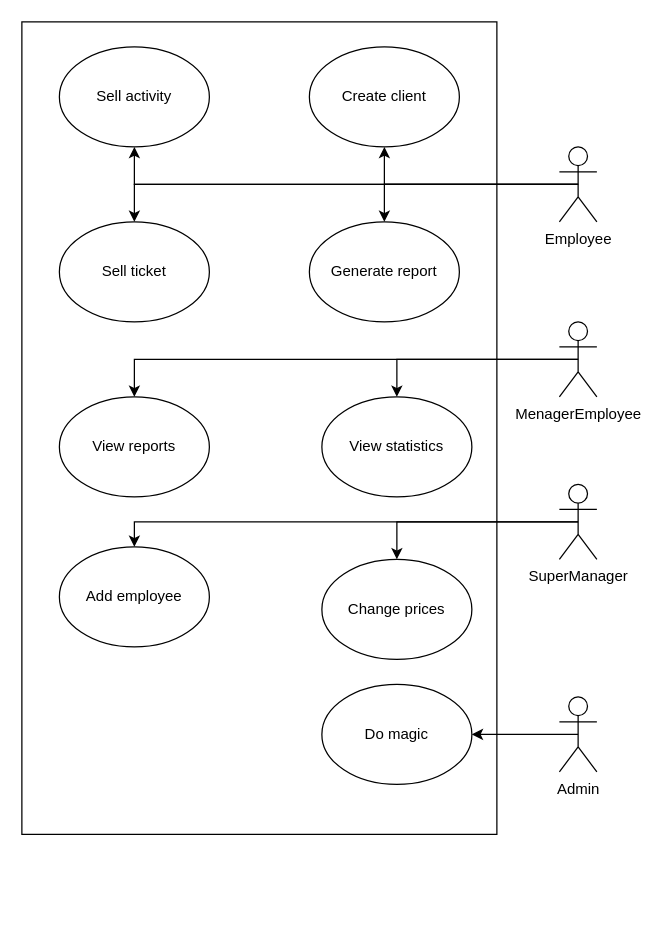
Before: drawio/UseCase.drawio in PawZawDev/AEII_2020_BD2_ZAWIERUCHA_AQUAPARK, a draw.io diagram. Source tidied: cells renumbered, new cells numbered last; positions are measured from the earlier drawing's top-left corner, leaving out a move shared by most shapes. Both pictures are drawn from the tidied source at 125%, with x=0, y=0 at pixel (21, 21).
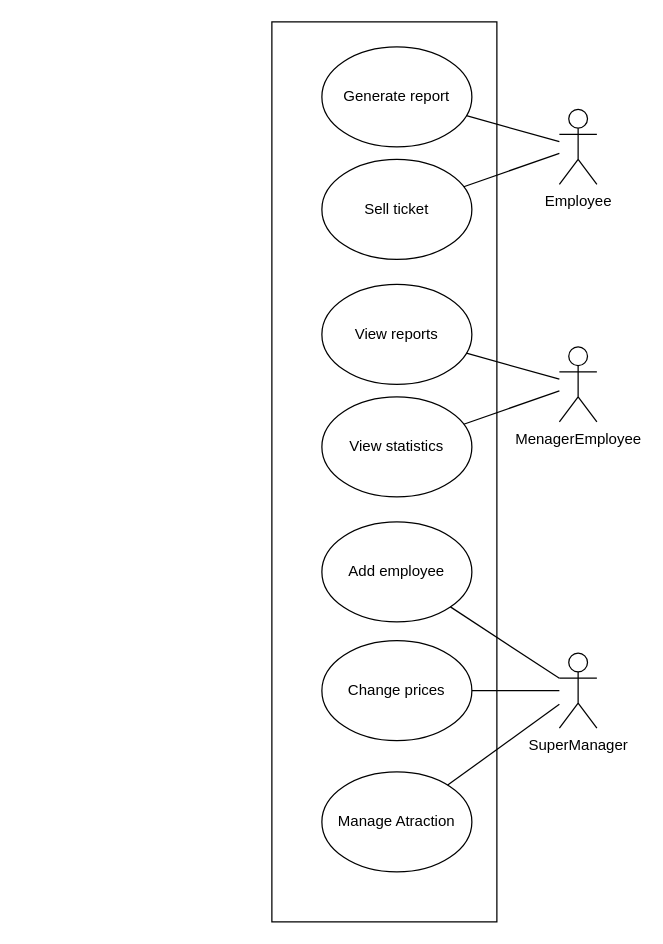
Above is the later version.

Commit message (it also covers changes not shown here):
fixed diagrams after first consultation

The change refers to these unchanged cells:
```xml
<mxCell id="14" value="View statistics" style="ellipse;whiteSpace=wrap;html=1;" parent="1" vertex="1">
  <mxGeometry x="240" y="300" width="120" height="80" as="geometry" />
</mxCell>
```

The edit, as a diff of the source:
```diff
@@
     <mxCell id="2" style="rounded=0;whiteSpace=wrap;html=1;" parent="1" vertex="1">
-      <mxGeometry width="380" height="650" as="geometry" />
+      <mxGeometry x="200" width="180" height="720" as="geometry" />
     </mxCell>
-    <mxCell id="3" style="edgeStyle=orthogonalEdgeStyle;rounded=0;jettySize=auto;html=1;exitX=0.5;exitY=0.5;exitDx=0;exitDy=0;exitPerimeter=0;" parent="1" edge="1" source="7" target="8">
-      <mxGeometry relative="1" as="geometry">
-        <Array as="points">
-          <mxPoint x="90" y="130" />
-        </Array>
-      </mxGeometry>
-    </mxCell>
-    <mxCell id="4" style="edgeStyle=orthogonalEdgeStyle;rounded=0;jettySize=auto;html=1;exitX=0.5;exitY=0.5;exitDx=0;exitDy=0;exitPerimeter=0;entryX=0.5;entryY=1;entryDx=0;entryDy=0;" parent="1" edge="1" source="7" target="9">
-      <mxGeometry relative="1" as="geometry">
-        <Array as="points">
-          <mxPoint x="290" y="130" />
-          <mxPoint x="290" y="110" />
-        </Array>
-      </mxGeometry>
-    </mxCell>
-    <mxCell id="5" style="edgeStyle=orthogonalEdgeStyle;rounded=0;jettySize=auto;html=1;exitX=0.5;exitY=0.5;exitDx=0;exitDy=0;exitPerimeter=0;" parent="1" edge="1" source="7" target="10">
-      <mxGeometry relative="1" as="geometry">
-        <Array as="points">
-          <mxPoint x="290" y="130" />
-        </Array>
-      </mxGeometry>
-    </mxCell>
-    <mxCell id="6" style="edgeStyle=orthogonalEdgeStyle;rounded=0;jettySize=auto;html=1;exitX=0.5;exitY=0.5;exitDx=0;exitDy=0;exitPerimeter=0;" parent="1" edge="1" source="7" target="16">
-      <mxGeometry relative="1" as="geometry">
-        <Array as="points">
-          <mxPoint x="90" y="130" />
-        </Array>
-      </mxGeometry>
-    </mxCell>
     <mxCell id="7" value="Employee" style="shape=umlActor;verticalLabelPosition=bottom;labelBackgroundColor=#ffffff;verticalAlign=top;html=1;outlineConnect=0;" parent="1" vertex="1">
-      <mxGeometry x="430" y="100" width="30" height="60" as="geometry" />
+      <mxGeometry x="430" y="70" width="30" height="60" as="geometry" />
     </mxCell>
     <mxCell id="8" value="Sell ticket" style="ellipse;whiteSpace=wrap;html=1;" parent="1" vertex="1">
-      <mxGeometry x="30" y="160" width="120" height="80" as="geometry" />
+      <mxGeometry x="240" y="110" width="120" height="80" as="geometry" />
     </mxCell>
-    <mxCell id="9" value="Create client" style="ellipse;whiteSpace=wrap;html=1;" parent="1" vertex="1">
-      <mxGeometry x="230" y="20" width="120" height="80" as="geometry" />
-    </mxCell>
     <mxCell id="10" value="Generate report" style="ellipse;whiteSpace=wrap;html=1;" parent="1" vertex="1">
-      <mxGeometry x="230" y="160" width="120" height="80" as="geometry" />
+      <mxGeometry x="240" y="20" width="120" height="80" as="geometry" />
     </mxCell>
-    <mxCell id="11" style="edgeStyle=orthogonalEdgeStyle;rounded=0;jettySize=auto;html=1;exitX=0.5;exitY=0.5;exitDx=0;exitDy=0;exitPerimeter=0;" parent="1" edge="1" source="13" target="14">
-      <mxGeometry relative="1" as="geometry">
-        <Array as="points">
-          <mxPoint x="300" y="270" />
-        </Array>
-      </mxGeometry>
-    </mxCell>
-    <mxCell id="12" style="edgeStyle=orthogonalEdgeStyle;rounded=0;jettySize=auto;html=1;exitX=0.5;exitY=0.5;exitDx=0;exitDy=0;exitPerimeter=0;" parent="1" edge="1" source="13" target="15">
-      <mxGeometry relative="1" as="geometry">
-        <Array as="points">
-          <mxPoint x="90" y="270" />
-        </Array>
-      </mxGeometry>
-    </mxCell>
     <mxCell id="13" value="MenagerEmployee" style="shape=umlActor;verticalLabelPosition=bottom;labelBackgroundColor=#ffffff;verticalAlign=top;html=1;outlineConnect=0;" parent="1" vertex="1">
-      <mxGeometry x="430" y="240" width="30" height="60" as="geometry" />
+      <mxGeometry x="430" y="260" width="30" height="60" as="geometry" />
     </mxCell>
@@
     <mxCell id="15" value="View reports" style="ellipse;whiteSpace=wrap;html=1;" parent="1" vertex="1">
-      <mxGeometry x="30" y="300" width="120" height="80" as="geometry" />
+      <mxGeometry x="240" y="210" width="120" height="80" as="geometry" />
     </mxCell>
-    <mxCell id="16" value="Sell activity" style="ellipse;whiteSpace=wrap;html=1;" parent="1" vertex="1">
-      <mxGeometry x="30" y="20" width="120" height="80" as="geometry" />
-    </mxCell>
-    <mxCell id="17" style="edgeStyle=orthogonalEdgeStyle;rounded=0;jettySize=auto;html=1;exitX=0.5;exitY=0.5;exitDx=0;exitDy=0;exitPerimeter=0;" parent="1" edge="1" source="18" target="19">
-      <mxGeometry relative="1" as="geometry" />
-    </mxCell>
-    <mxCell id="18" value="&lt;div&gt;Admin&lt;/div&gt;&lt;div&gt;&lt;br&gt;&lt;/div&gt;" style="shape=umlActor;verticalLabelPosition=bottom;labelBackgroundColor=#ffffff;verticalAlign=top;html=1;outlineConnect=0;" parent="1" vertex="1">
-      <mxGeometry x="430" y="540" width="30" height="60" as="geometry" />
-    </mxCell>
-    <mxCell id="19" value="Do magic" style="ellipse;whiteSpace=wrap;html=1;" parent="1" vertex="1">
-      <mxGeometry x="240" y="530" width="120" height="80" as="geometry" />
-    </mxCell>
-    <mxCell id="20" style="edgeStyle=orthogonalEdgeStyle;rounded=0;jettySize=auto;html=1;exitX=0.5;exitY=0.5;exitDx=0;exitDy=0;exitPerimeter=0;" parent="1" edge="1" source="22" target="23">
-      <mxGeometry relative="1" as="geometry">
-        <Array as="points">
-          <mxPoint x="445" y="400" />
-          <mxPoint x="300" y="400" />
-        </Array>
-      </mxGeometry>
-    </mxCell>
-    <mxCell id="21" style="edgeStyle=orthogonalEdgeStyle;rounded=0;jettySize=auto;html=1;exitX=0.5;exitY=0.5;exitDx=0;exitDy=0;exitPerimeter=0;" parent="1" edge="1" source="22" target="24">
-      <mxGeometry relative="1" as="geometry">
-        <Array as="points">
-          <mxPoint x="445" y="400" />
-          <mxPoint x="90" y="400" />
-        </Array>
-      </mxGeometry>
-    </mxCell>
     <mxCell id="22" value="SuperManager" style="shape=umlActor;verticalLabelPosition=bottom;labelBackgroundColor=#ffffff;verticalAlign=top;html=1;outlineConnect=0;" parent="1" vertex="1">
-      <mxGeometry x="430" y="370" width="30" height="60" as="geometry" />
+      <mxGeometry x="430" y="505" width="30" height="60" as="geometry" />
     </mxCell>
     <mxCell id="23" value="Change prices" style="ellipse;whiteSpace=wrap;html=1;" parent="1" vertex="1">
-      <mxGeometry x="240" y="430" width="120" height="80" as="geometry" />
+      <mxGeometry x="240" y="495" width="120" height="80" as="geometry" />
     </mxCell>
     <mxCell id="24" value="Add employee" style="ellipse;whiteSpace=wrap;html=1;" parent="1" vertex="1">
-      <mxGeometry x="30" y="420" width="120" height="80" as="geometry" />
+      <mxGeometry x="240" y="400" width="120" height="80" as="geometry" />
     </mxCell>
+    <mxCell id="25" style="endArrow=none;html=1;" parent="1" edge="1" source="24" target="22">
+      <mxGeometry relative="1" as="geometry" />
+    </mxCell>
+    <mxCell id="26" style="endArrow=none;html=1;" parent="1" edge="1" source="23" target="22">
+      <mxGeometry relative="1" as="geometry" />
+    </mxCell>
+    <mxCell id="27" style="endArrow=none;html=1;" parent="1" edge="1" source="15" target="13">
+      <mxGeometry relative="1" as="geometry" />
+    </mxCell>
+    <mxCell id="28" style="endArrow=none;html=1;" parent="1" edge="1" source="14" target="13">
+      <mxGeometry relative="1" as="geometry" />
+    </mxCell>
+    <mxCell id="29" style="endArrow=none;html=1;" parent="1" edge="1" source="8" target="7">
+      <mxGeometry relative="1" as="geometry" />
+    </mxCell>
+    <mxCell id="30" style="endArrow=none;html=1;" parent="1" edge="1" source="10" target="7">
+      <mxGeometry relative="1" as="geometry" />
+    </mxCell>
+    <mxCell id="31" value="Manage Atraction" style="ellipse;whiteSpace=wrap;html=1;" parent="1" vertex="1">
+      <mxGeometry x="240" y="600" width="120" height="80" as="geometry" />
+    </mxCell>
+    <mxCell id="32" style="endArrow=none;html=1;" parent="1" edge="1" source="31" target="22">
+      <mxGeometry relative="1" as="geometry" />
+    </mxCell>
```
